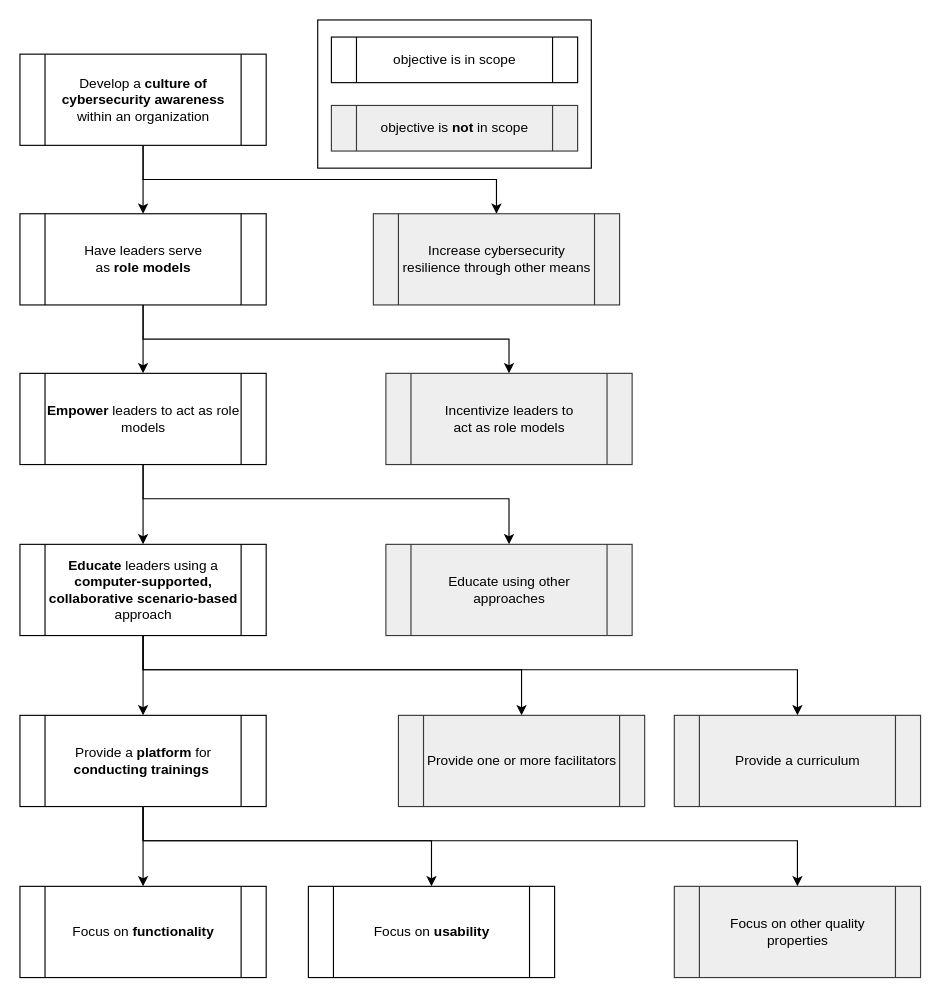
The draw.io diagram page "Overall project goals" (1 of 2) of artefacts/project-level/diagrams/editable_files/Goal hierarchy EEP.drawio in Elias-Ladenburger/CSEP, before the edit. Source tidied: cells renumbered, new cells numbered last; positions are measured from the earlier drawing's top-left corner, leaving out a move shared by most shapes. Both pictures are drawn from the tidied source at 114%, with x=0, y=0 at pixel (19, 19).
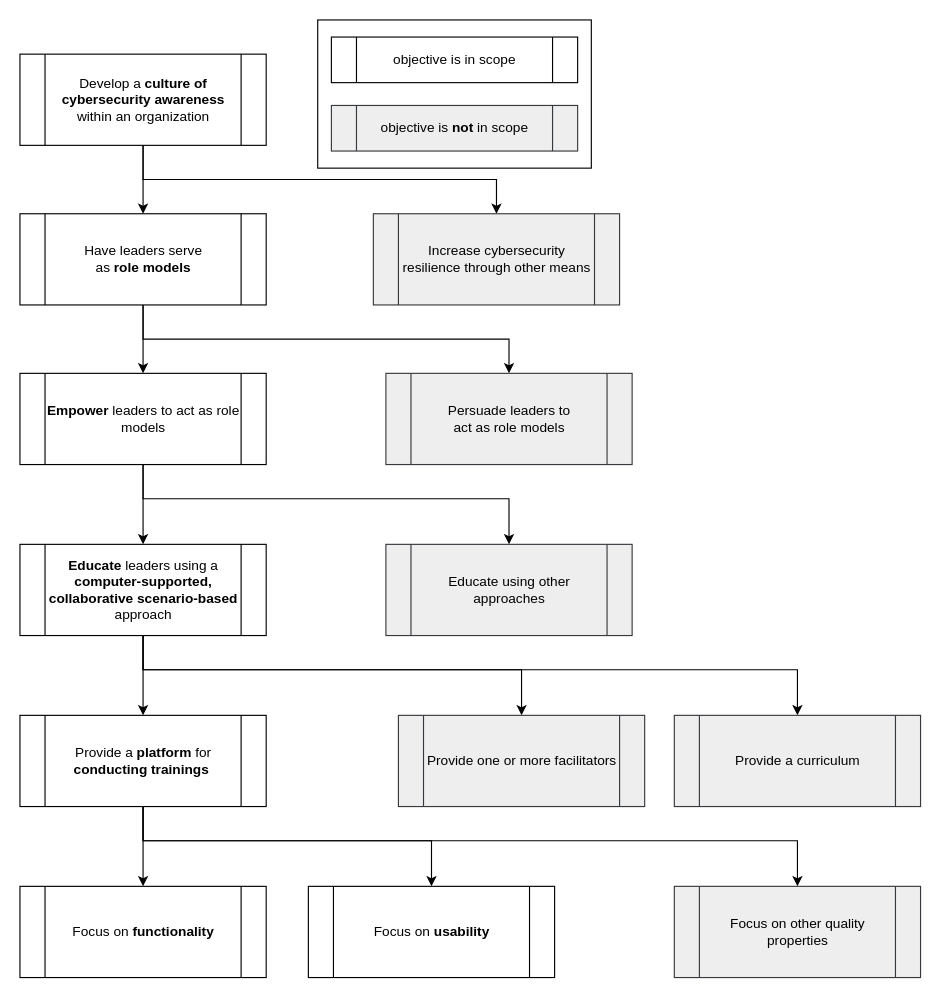
The same diagram, later.

Commit message:
Change "incentivize leaders" to "persuade leaders" to act

The edit, as a diff of the source:
```diff
@@
-    <mxCell id="13" value="Incentivize leaders&lt;b&gt; &lt;/b&gt;to &lt;br&gt;act as role models " style="shape=process;whiteSpace=wrap;html=1;backgroundOutline=1;fillColor=#eeeeee;strokeColor=#36393d;" parent="1" vertex="1">
+    <mxCell id="13" value="Persuade leaders&lt;b&gt; &lt;/b&gt;to &lt;br&gt;act as role models " style="shape=process;whiteSpace=wrap;html=1;backgroundOutline=1;fillColor=#eeeeee;strokeColor=#36393d;" parent="1" vertex="1">
       <mxGeometry x="321" y="310" width="216" height="80" as="geometry" />
     </mxCell>
```
